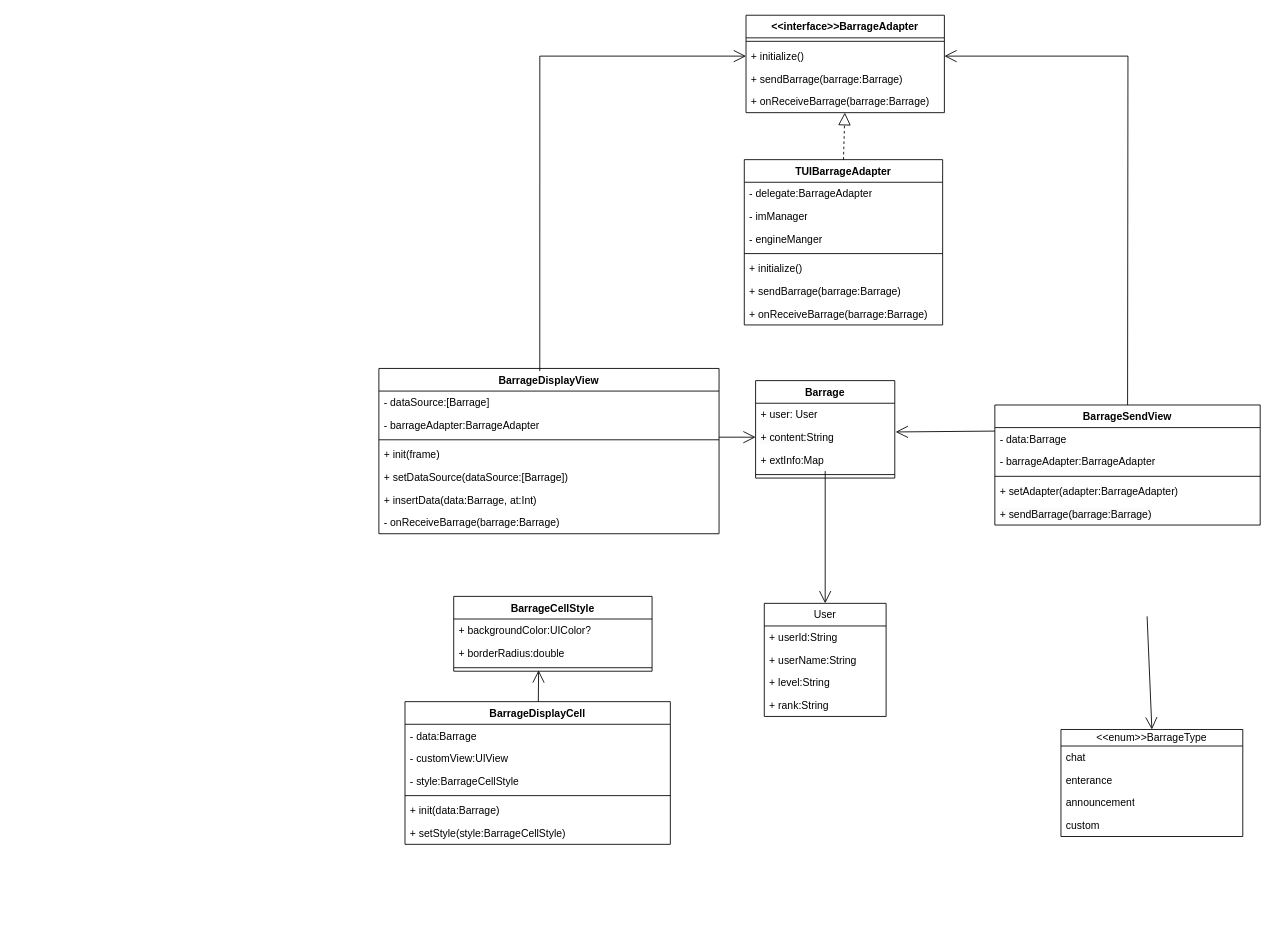
Hanpto/BarragePlugin keeps this draw.io diagram as 未命名绘图.drawio. Above is the earlier version. Source tidied: cells renumbered, new cells numbered last; positions are measured from the earlier drawing's top-left corner, leaving out a move shared by most shapes. Both pictures are drawn from the tidied source at 87%, with x=0, y=0 at pixel (378, 15).
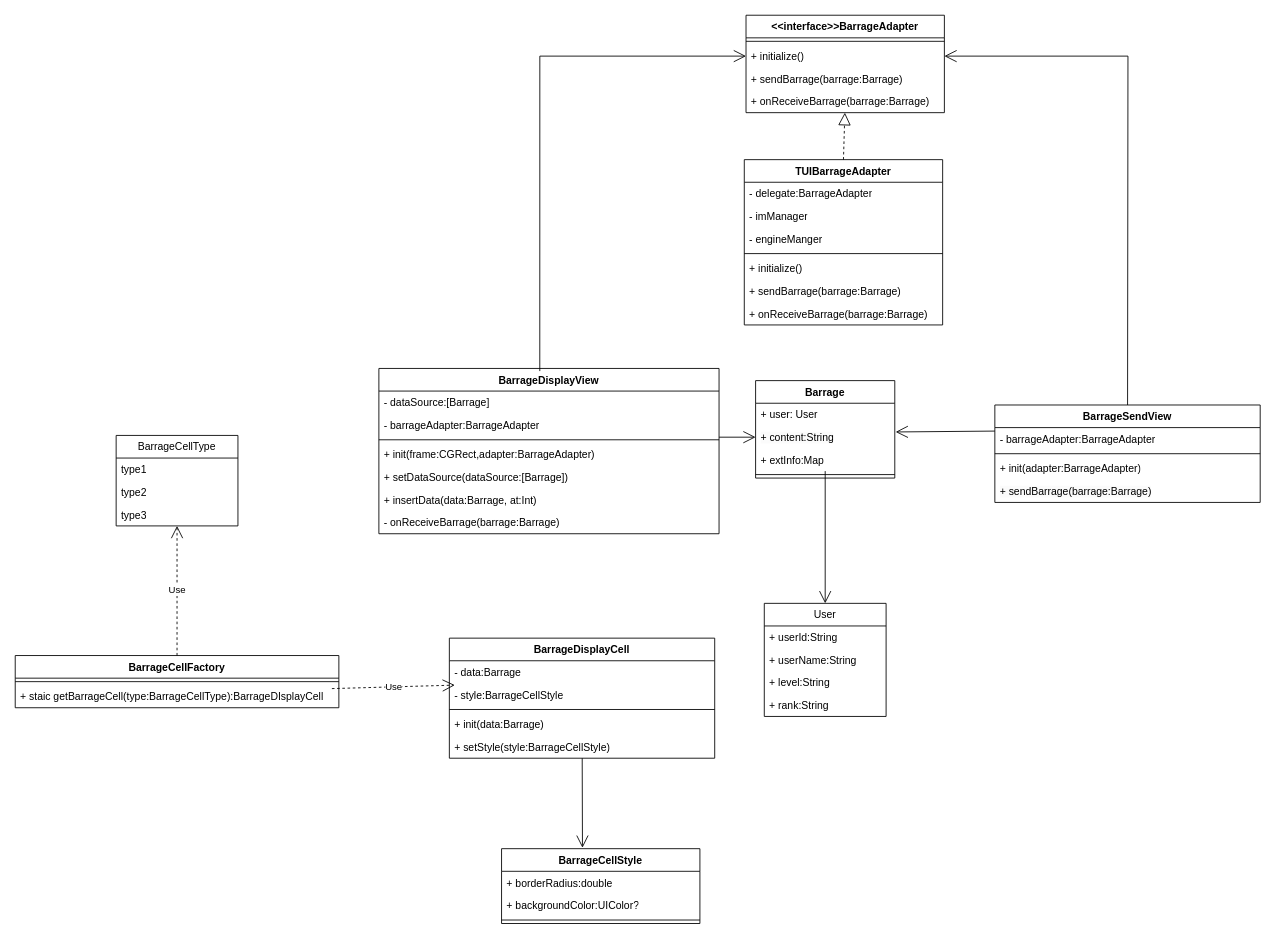
After the change.

Commit message:
更新未命名绘图.drawio

The change refers to these unchanged cells:
```xml
<mxCell id="16" value="BarrageDisplayView" style="swimlane;fontStyle=1;align=center;verticalAlign=top;horizontal=1;startSize=26;whiteSpace=wrap;html=1;" parent="1" vertex="1">
  <mxGeometry y="406" width="391" height="190" as="geometry" />
</mxCell>
<mxCell id="45" style="line;strokeWidth=1;fillColor=none;align=left;verticalAlign=middle;spacingTop=-1;spacingLeft=3;spacingRight=3;labelPosition=right;points=[];portConstraint=eastwest;strokeColor=inherit;" parent="42" vertex="1">
  <mxGeometry y="78" width="228" height="8" as="geometry" />
</mxCell>
```

Diff of the diagram source:
```diff
@@
-    <mxCell id="20" value="+ init(frame)" style="text;strokeColor=none;fillColor=none;align=left;verticalAlign=top;spacingLeft=4;spacingRight=4;overflow=hidden;whiteSpace=wrap;html=1;" parent="16" vertex="1">
+    <mxCell id="20" value="+ init(frame:CGRect,adapter:BarrageAdapter)" style="text;strokeColor=none;fillColor=none;align=left;verticalAlign=top;spacingLeft=4;spacingRight=4;overflow=hidden;whiteSpace=wrap;html=1;" parent="16" vertex="1">
       <mxGeometry y="86" width="391" height="26" as="geometry" />
     </mxCell>
@@
-    <mxCell id="29" value="&amp;lt;&amp;lt;enum&amp;gt;&amp;gt;BarrageType" style="swimlane;fontStyle=0;horizontal=1;startSize=19;fillColor=none;whiteSpace=wrap;html=1;" parent="1" vertex="1">
-      <mxGeometry x="784" y="821" width="209" height="123" as="geometry" />
-    </mxCell>
-    <mxCell id="30" value="chat" style="text;strokeColor=none;fillColor=none;align=left;verticalAlign=top;spacingLeft=4;spacingRight=4;overflow=hidden;whiteSpace=wrap;html=1;" parent="29" vertex="1">
-      <mxGeometry y="19" width="209" height="26" as="geometry" />
-    </mxCell>
-    <mxCell id="31" value="enterance" style="text;strokeColor=none;fillColor=none;align=left;verticalAlign=top;spacingLeft=4;spacingRight=4;overflow=hidden;whiteSpace=wrap;html=1;" parent="29" vertex="1">
-      <mxGeometry y="45" width="209" height="26" as="geometry" />
-    </mxCell>
-    <mxCell id="32" value="announcement" style="text;strokeColor=none;fillColor=none;align=left;verticalAlign=top;spacingLeft=4;spacingRight=4;overflow=hidden;whiteSpace=wrap;html=1;" parent="29" vertex="1">
-      <mxGeometry y="71" width="209" height="26" as="geometry" />
-    </mxCell>
-    <mxCell id="33" value="custom" style="text;strokeColor=none;fillColor=none;align=left;verticalAlign=top;spacingLeft=4;spacingRight=4;overflow=hidden;whiteSpace=wrap;html=1;" parent="29" vertex="1">
-      <mxGeometry y="97" width="209" height="26" as="geometry" />
-    </mxCell>
-    <mxCell id="34" style="endArrow=open;endFill=1;endSize=12;html=1;rounded=0;entryX=0.5;entryY=0;entryDx=0;entryDy=0;" parent="1" edge="1" target="29">
-      <mxGeometry relative="1" as="geometry">
-        <mxPoint x="883" y="691" as="sourcePoint" />
-      </mxGeometry>
-    </mxCell>
     <mxCell id="35" value="BarrageDisplayCell" style="swimlane;fontStyle=1;align=center;verticalAlign=top;horizontal=1;startSize=26;whiteSpace=wrap;html=1;" parent="1" vertex="1">
-      <mxGeometry x="30" y="789" width="305" height="164" as="geometry" />
+      <mxGeometry x="81" y="716" width="305" height="138" as="geometry" />
     </mxCell>
@@
-    <mxCell id="37" value="- customView:UIView" style="text;strokeColor=none;fillColor=none;align=left;verticalAlign=top;spacingLeft=4;spacingRight=4;overflow=hidden;whiteSpace=wrap;html=1;" parent="35" vertex="1">
-      <mxGeometry y="52" width="305" height="26" as="geometry" />
-    </mxCell>
     <mxCell id="38" value="- style:BarrageCellStyle" style="text;strokeColor=none;fillColor=none;align=left;verticalAlign=top;spacingLeft=4;spacingRight=4;overflow=hidden;whiteSpace=wrap;html=1;" parent="35" vertex="1">
-      <mxGeometry y="78" width="305" height="26" as="geometry" />
+      <mxGeometry y="52" width="305" height="26" as="geometry" />
     </mxCell>
     <mxCell id="39" style="line;strokeWidth=1;fillColor=none;align=left;verticalAlign=middle;spacingTop=-1;spacingLeft=3;spacingRight=3;labelPosition=right;strokeColor=inherit;" parent="35" vertex="1">
-      <mxGeometry y="104" width="305" height="8" as="geometry" />
+      <mxGeometry y="78" width="305" height="8" as="geometry" />
     </mxCell>
     <mxCell id="40" value="+ init(data:Barrage)" style="text;strokeColor=none;fillColor=none;align=left;verticalAlign=top;spacingLeft=4;spacingRight=4;overflow=hidden;whiteSpace=wrap;html=1;" parent="35" vertex="1">
-      <mxGeometry y="112" width="305" height="26" as="geometry" />
+      <mxGeometry y="86" width="305" height="26" as="geometry" />
     </mxCell>
     <mxCell id="41" value="+ setStyle(style:BarrageCellStyle)" style="text;strokeColor=none;fillColor=none;align=left;verticalAlign=top;spacingLeft=4;spacingRight=4;overflow=hidden;whiteSpace=wrap;html=1;" parent="35" vertex="1">
-      <mxGeometry y="138" width="305" height="26" as="geometry" />
+      <mxGeometry y="112" width="305" height="26" as="geometry" />
     </mxCell>
     <mxCell id="42" value="BarrageCellStyle" style="swimlane;fontStyle=1;align=center;verticalAlign=top;horizontal=1;startSize=26;whiteSpace=wrap;html=1;" parent="1" vertex="1">
-      <mxGeometry x="86" y="668" width="228" height="86" as="geometry" />
+      <mxGeometry x="141" y="958" width="228" height="86" as="geometry" />
     </mxCell>
+    <mxCell id="44" value="+ borderRadius:double" style="text;strokeColor=none;fillColor=none;align=left;verticalAlign=top;spacingLeft=4;spacingRight=4;overflow=hidden;whiteSpace=wrap;html=1;" parent="42" vertex="1">
+      <mxGeometry y="26" width="228" height="26" as="geometry" />
+    </mxCell>
     <mxCell id="43" value="+ backgroundColor:UIColor?" style="text;strokeColor=none;fillColor=none;align=left;verticalAlign=top;spacingLeft=4;spacingRight=4;overflow=hidden;whiteSpace=wrap;html=1;" parent="42" vertex="1">
-      <mxGeometry y="26" width="228" height="26" as="geometry" />
+      <mxGeometry y="52" width="228" height="26" as="geometry" />
     </mxCell>
-    <mxCell id="44" value="+ borderRadius:double" style="text;strokeColor=none;fillColor=none;align=left;verticalAlign=top;spacingLeft=4;spacingRight=4;overflow=hidden;whiteSpace=wrap;html=1;" parent="42" vertex="1">
-      <mxGeometry y="52" width="228" height="26" as="geometry" />
-    </mxCell>
@@
-    <mxCell id="46" style="endArrow=open;endFill=1;endSize=12;html=1;rounded=0;entryX=0.428;entryY=0.875;entryDx=0;entryDy=0;entryPerimeter=0;" parent="1" edge="1" source="35" target="45">
-      <mxGeometry relative="1" as="geometry" />
+    <mxCell id="46" style="endArrow=open;endFill=1;endSize=12;html=1;rounded=0;" parent="1" edge="1" source="35">
+      <mxGeometry relative="1" as="geometry">
+        <mxPoint x="234" y="957" as="targetPoint" />
+      </mxGeometry>
     </mxCell>
     <mxCell id="47" value="BarrageSendView" style="swimlane;fontStyle=1;align=center;verticalAlign=top;horizontal=1;startSize=26;whiteSpace=wrap;html=1;" parent="1" vertex="1">
-      <mxGeometry x="708" y="448" width="305" height="138" as="geometry" />
+      <mxGeometry x="708" y="448" width="305" height="112" as="geometry" />
     </mxCell>
-    <mxCell id="48" value="- data:Barrage" style="text;strokeColor=none;fillColor=none;align=left;verticalAlign=top;spacingLeft=4;spacingRight=4;overflow=hidden;points=[[0,0.5],[1,0.5]];portConstraint=eastwest;whiteSpace=wrap;html=1;" parent="47" vertex="1">
-      <mxGeometry y="26" width="305" height="26" as="geometry" />
-    </mxCell>
     <mxCell id="49" value="- barrageAdapter:BarrageAdapter" style="text;strokeColor=none;fillColor=none;align=left;verticalAlign=top;spacingLeft=4;spacingRight=4;overflow=hidden;whiteSpace=wrap;html=1;" parent="47" vertex="1">
-      <mxGeometry y="52" width="305" height="26" as="geometry" />
+      <mxGeometry y="26" width="305" height="26" as="geometry" />
     </mxCell>
     <mxCell id="50" style="line;strokeWidth=1;fillColor=none;align=left;verticalAlign=middle;spacingTop=-1;spacingLeft=3;spacingRight=3;labelPosition=right;strokeColor=inherit;" parent="47" vertex="1">
-      <mxGeometry y="78" width="305" height="8" as="geometry" />
+      <mxGeometry y="52" width="305" height="8" as="geometry" />
     </mxCell>
-    <mxCell id="51" value="+ setAdapter(adapter:BarrageAdapter)" style="text;strokeColor=none;fillColor=none;align=left;verticalAlign=top;spacingLeft=4;spacingRight=4;overflow=hidden;whiteSpace=wrap;html=1;" parent="47" vertex="1">
-      <mxGeometry y="86" width="305" height="26" as="geometry" />
+    <mxCell id="51" value="+ init(adapter:BarrageAdapter)" style="text;strokeColor=none;fillColor=none;align=left;verticalAlign=top;spacingLeft=4;spacingRight=4;overflow=hidden;whiteSpace=wrap;html=1;" parent="47" vertex="1">
+      <mxGeometry y="60" width="305" height="26" as="geometry" />
     </mxCell>
     <mxCell id="52" value="&lt;span style=&quot;color: rgb(0, 0, 0); font-family: Helvetica; font-size: 12px; font-style: normal; font-variant-ligatures: normal; font-variant-caps: normal; font-weight: 400; letter-spacing: normal; orphans: 2; text-align: left; text-indent: 0px; text-transform: none; widows: 2; word-spacing: 0px; -webkit-text-stroke-width: 0px; white-space: normal; background-color: rgb(251, 251, 251); text-decoration-thickness: initial; text-decoration-style: initial; text-decoration-color: initial; display: inline !important; float: none;&quot;&gt;+ sendBarrage(barrage:Barrage)&lt;/span&gt;" style="text;strokeColor=none;fillColor=none;align=left;verticalAlign=top;spacingLeft=4;spacingRight=4;overflow=hidden;whiteSpace=wrap;html=1;" parent="47" vertex="1">
-      <mxGeometry y="112" width="305" height="26" as="geometry" />
+      <mxGeometry y="86" width="305" height="26" as="geometry" />
     </mxCell>
@@
-    <mxCell id="54" style="endArrow=open;endFill=1;endSize=12;html=1;rounded=0;exitX=0;exitY=0.154;exitDx=0;exitDy=0;exitPerimeter=0;" parent="1" edge="1" source="48">
+    <mxCell id="54" style="endArrow=open;endFill=1;endSize=12;html=1;rounded=0;exitX=0;exitY=0.154;exitDx=0;exitDy=0;exitPerimeter=0;" parent="1" edge="1">
       <mxGeometry relative="1" as="geometry">
+        <mxPoint x="708" y="478" as="sourcePoint" />
         <mxPoint x="594" y="479" as="targetPoint" />
       </mxGeometry>
     </mxCell>
@@
+    <mxCell id="63" value="BarrageCellFactory" style="swimlane;fontStyle=1;align=center;verticalAlign=top;horizontal=1;startSize=26;whiteSpace=wrap;html=1;" parent="1" vertex="1">
+      <mxGeometry x="-418" y="736" width="372" height="60" as="geometry" />
+    </mxCell>
+    <mxCell id="64" value="Use" style="endArrow=open;endSize=12;dashed=1;html=1;rounded=0;entryX=0.037;entryY=0.077;entryDx=0;entryDy=0;entryPerimeter=0;" parent="63" edge="1">
+      <mxGeometry relative="1" as="geometry">
+        <mxPoint x="364" y="38" as="sourcePoint" />
+        <mxPoint x="505.3" y="34" as="targetPoint" />
+      </mxGeometry>
+    </mxCell>
+    <mxCell id="65" style="line;strokeWidth=1;fillColor=none;align=left;verticalAlign=middle;spacingTop=-1;spacingLeft=3;spacingRight=3;labelPosition=right;strokeColor=inherit;" parent="63" vertex="1">
+      <mxGeometry y="26" width="372" height="8" as="geometry" />
+    </mxCell>
+    <mxCell id="66" value="+ staic getBarrageCell(type:BarrageCellType):BarrageDIsplayCell" style="text;strokeColor=none;fillColor=none;align=left;verticalAlign=top;spacingLeft=4;spacingRight=4;overflow=hidden;whiteSpace=wrap;html=1;" parent="63" vertex="1">
+      <mxGeometry y="34" width="372" height="26" as="geometry" />
+    </mxCell>
+    <mxCell id="67" value="BarrageCellType" style="swimlane;fontStyle=0;horizontal=1;startSize=26;fillColor=none;whiteSpace=wrap;html=1;" parent="1" vertex="1">
+      <mxGeometry x="-302" y="483" width="140" height="104" as="geometry" />
+    </mxCell>
+    <mxCell id="68" value="type1" style="text;strokeColor=none;fillColor=none;align=left;verticalAlign=top;spacingLeft=4;spacingRight=4;overflow=hidden;whiteSpace=wrap;html=1;" parent="67" vertex="1">
+      <mxGeometry y="26" width="140" height="26" as="geometry" />
+    </mxCell>
+    <mxCell id="69" value="type2" style="text;strokeColor=none;fillColor=none;align=left;verticalAlign=top;spacingLeft=4;spacingRight=4;overflow=hidden;whiteSpace=wrap;html=1;" parent="67" vertex="1">
+      <mxGeometry y="52" width="140" height="26" as="geometry" />
+    </mxCell>
+    <mxCell id="70" value="type3" style="text;strokeColor=none;fillColor=none;align=left;verticalAlign=top;spacingLeft=4;spacingRight=4;overflow=hidden;points=[[0,0.5],[1,0.5]];portConstraint=eastwest;whiteSpace=wrap;html=1;" parent="67" vertex="1">
+      <mxGeometry y="78" width="140" height="26" as="geometry" />
+    </mxCell>
+    <mxCell id="71" value="Use" style="endArrow=open;endSize=12;dashed=1;html=1;rounded=0;exitX=0.5;exitY=0;exitDx=0;exitDy=0;" parent="1" edge="1" source="63" target="70">
+      <mxGeometry relative="1" as="geometry" />
+    </mxCell>
```
